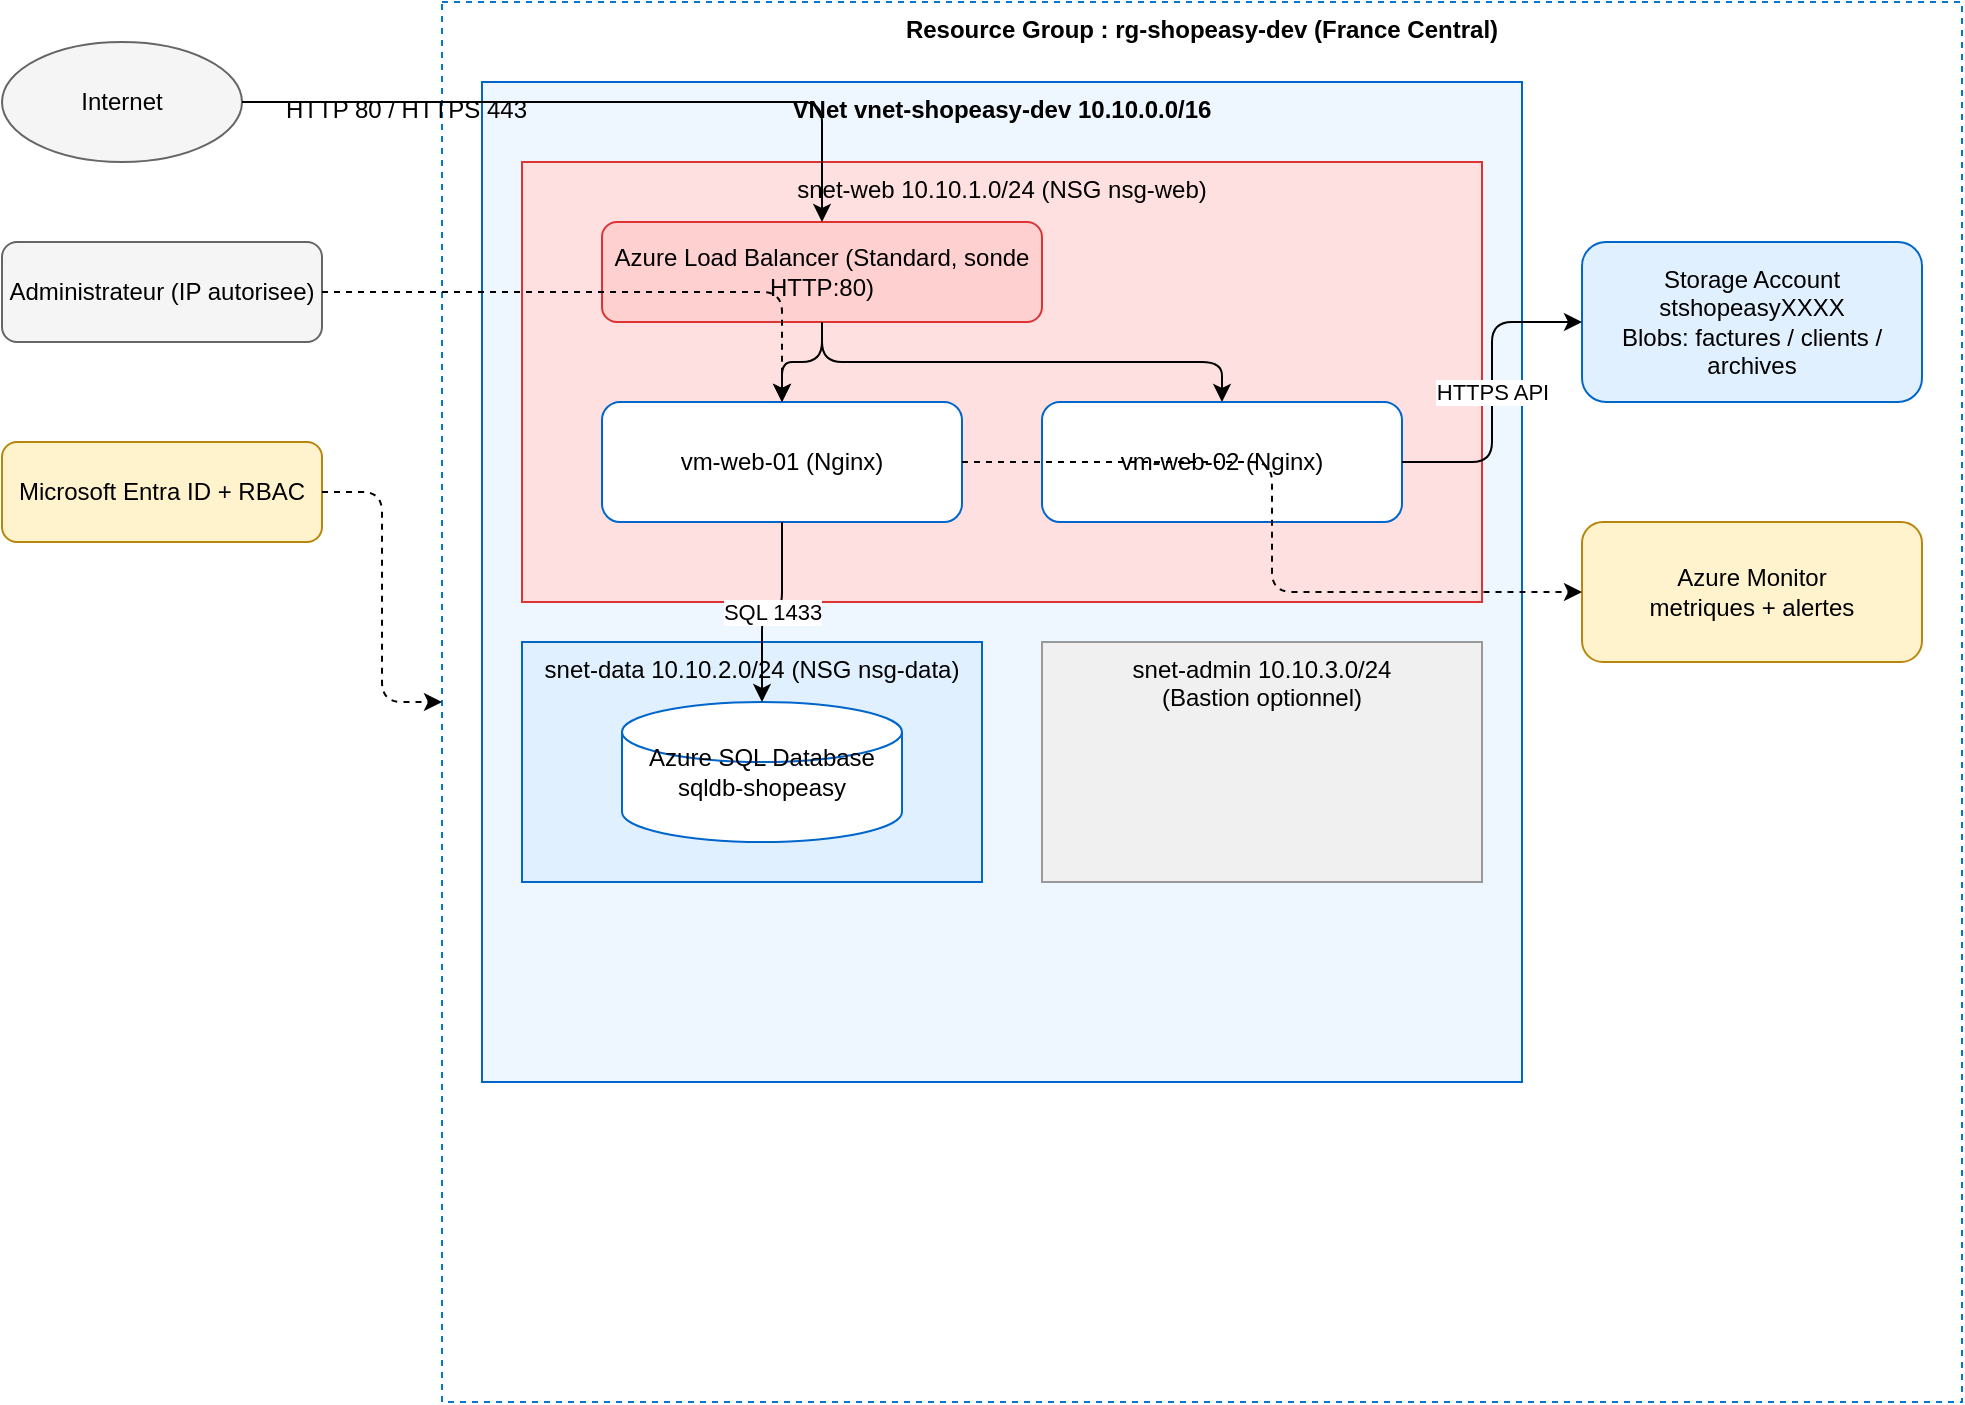
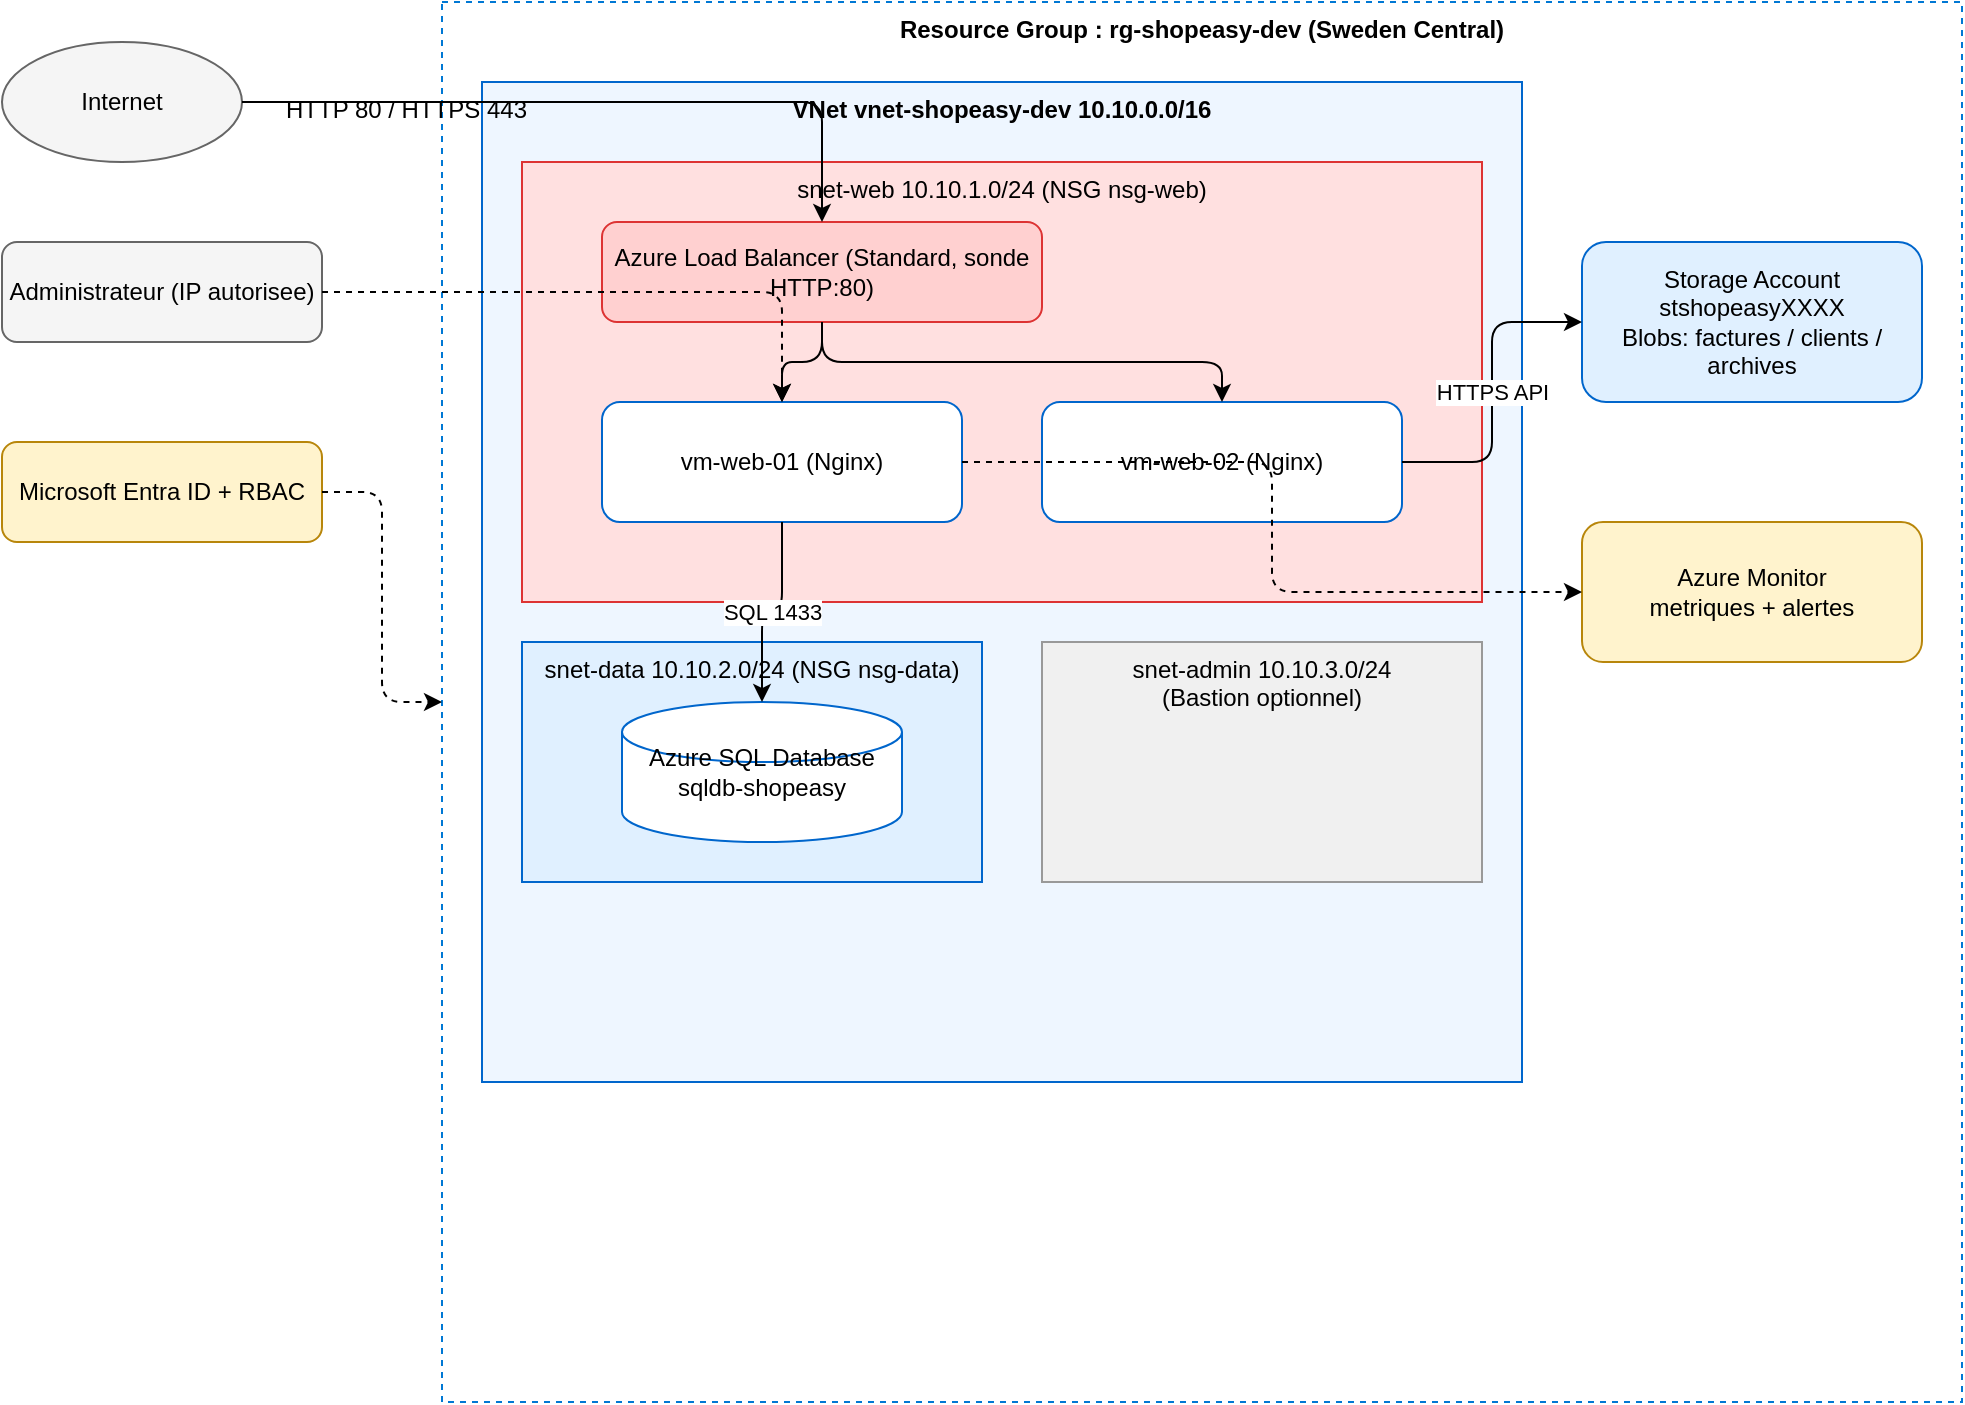
<mxfile host="app.diagrams.net">
  <diagram name="ShopEasy-Azure" id="shopeasy">
    <mxGraphModel dx="1200" dy="800" grid="1" gridSize="10" guides="1" tooltips="1" connect="1" arrows="1" fold="1" page="1" pageScale="1" pageWidth="1100" pageHeight="850" math="0" shadow="0">
      <root>
        <mxCell id="0" />
        <mxCell id="1" parent="0" />

        <mxCell id="internet" value="Internet" style="ellipse;whiteSpace=wrap;html=1;fillColor=#f5f5f5;strokeColor=#666;" vertex="1" parent="1">
          <mxGeometry x="60" y="60" width="120" height="60" as="geometry" />
        </mxCell>
        <mxCell id="admin" value="Administrateur (IP autorisee)" style="rounded=1;whiteSpace=wrap;html=1;fillColor=#f5f5f5;strokeColor=#666;" vertex="1" parent="1">
          <mxGeometry x="60" y="160" width="160" height="50" as="geometry" />
        </mxCell>
        <mxCell id="entra" value="Microsoft Entra ID + RBAC" style="rounded=1;whiteSpace=wrap;html=1;fillColor=#fff3cd;strokeColor=#b8860b;" vertex="1" parent="1">
          <mxGeometry x="60" y="260" width="160" height="50" as="geometry" />
        </mxCell>

-         <mxCell id="rg" value="Resource Group : rg-shopeasy-dev (France Central)" style="rounded=0;whiteSpace=wrap;html=1;verticalAlign=top;fillColor=none;strokeColor=#0078d4;dashed=1;fontStyle=1" vertex="1" parent="1">
+         <mxCell id="rg" value="Resource Group : rg-shopeasy-dev (Sweden Central)" style="rounded=0;whiteSpace=wrap;html=1;verticalAlign=top;fillColor=none;strokeColor=#0078d4;dashed=1;fontStyle=1" vertex="1" parent="1">
          <mxGeometry x="280" y="40" width="760" height="700" as="geometry" />
        </mxCell>

        <mxCell id="vnet" value="VNet vnet-shopeasy-dev  10.10.0.0/16" style="rounded=0;whiteSpace=wrap;html=1;verticalAlign=top;fillColor=#eef6ff;strokeColor=#06c;fontStyle=1" vertex="1" parent="1">
          <mxGeometry x="300" y="80" width="520" height="500" as="geometry" />
        </mxCell>

        <mxCell id="swebb" value="snet-web 10.10.1.0/24  (NSG nsg-web)" style="rounded=0;whiteSpace=wrap;html=1;verticalAlign=top;fillColor=#ffe0e0;strokeColor=#d33;" vertex="1" parent="1">
          <mxGeometry x="320" y="120" width="480" height="220" as="geometry" />
        </mxCell>
        <mxCell id="lb" value="Azure Load Balancer (Standard, sonde HTTP:80)" style="rounded=1;whiteSpace=wrap;html=1;fillColor=#ffd0d0;strokeColor=#d33;" vertex="1" parent="1">
          <mxGeometry x="360" y="150" width="220" height="50" as="geometry" />
        </mxCell>
        <mxCell id="vm1" value="vm-web-01 (Nginx)" style="rounded=1;whiteSpace=wrap;html=1;fillColor=#ffffff;strokeColor=#06c;" vertex="1" parent="1">
          <mxGeometry x="360" y="240" width="180" height="60" as="geometry" />
        </mxCell>
        <mxCell id="vm2" value="vm-web-02 (Nginx)" style="rounded=1;whiteSpace=wrap;html=1;fillColor=#ffffff;strokeColor=#06c;" vertex="1" parent="1">
          <mxGeometry x="580" y="240" width="180" height="60" as="geometry" />
        </mxCell>

        <mxCell id="sdata" value="snet-data 10.10.2.0/24  (NSG nsg-data)" style="rounded=0;whiteSpace=wrap;html=1;verticalAlign=top;fillColor=#e0f0ff;strokeColor=#06c;" vertex="1" parent="1">
          <mxGeometry x="320" y="360" width="230" height="120" as="geometry" />
        </mxCell>
        <mxCell id="sql" value="Azure SQL Database&#10;sqldb-shopeasy" style="shape=cylinder3;whiteSpace=wrap;html=1;fillColor=#ffffff;strokeColor=#06c;" vertex="1" parent="1">
          <mxGeometry x="370" y="390" width="140" height="70" as="geometry" />
        </mxCell>

        <mxCell id="sadmin" value="snet-admin 10.10.3.0/24&#10;(Bastion optionnel)" style="rounded=0;whiteSpace=wrap;html=1;verticalAlign=top;fillColor=#f0f0f0;strokeColor=#999;" vertex="1" parent="1">
          <mxGeometry x="580" y="360" width="220" height="120" as="geometry" />
        </mxCell>

        <mxCell id="stg" value="Storage Account stshopeasyXXXX&#10;Blobs: factures / clients / archives" style="rounded=1;whiteSpace=wrap;html=1;fillColor=#e0f0ff;strokeColor=#06c;" vertex="1" parent="1">
          <mxGeometry x="850" y="160" width="170" height="80" as="geometry" />
        </mxCell>
        <mxCell id="mon" value="Azure Monitor&#10;metriques + alertes" style="rounded=1;whiteSpace=wrap;html=1;fillColor=#fff3cd;strokeColor=#b8860b;" vertex="1" parent="1">
          <mxGeometry x="850" y="300" width="170" height="70" as="geometry" />
        </mxCell>

        <mxCell id="e1" style="edgeStyle=orthogonalEdgeStyle;html=1;" edge="1" parent="1" source="internet" target="lb">
          <mxGeometry relative="1" as="geometry" />
        </mxCell>
        <mxCell id="e1b" value="HTTP 80 / HTTPS 443" style="text;html=1;" vertex="1" parent="1"><mxGeometry x="200" y="80" width="120" height="20" as="geometry"/></mxCell>
        <mxCell id="e2" style="edgeStyle=orthogonalEdgeStyle;html=1;dashed=1;" edge="1" parent="1" source="admin" target="vm1">
          <mxGeometry relative="1" as="geometry" />
        </mxCell>
        <mxCell id="e3" style="edgeStyle=orthogonalEdgeStyle;html=1;" edge="1" parent="1" source="lb" target="vm1"><mxGeometry relative="1" as="geometry"/></mxCell>
        <mxCell id="e4" style="edgeStyle=orthogonalEdgeStyle;html=1;" edge="1" parent="1" source="lb" target="vm2"><mxGeometry relative="1" as="geometry"/></mxCell>
        <mxCell id="e5" value="SQL 1433" style="edgeStyle=orthogonalEdgeStyle;html=1;" edge="1" parent="1" source="vm1" target="sql"><mxGeometry relative="1" as="geometry"/></mxCell>
        <mxCell id="e6" value="HTTPS API" style="edgeStyle=orthogonalEdgeStyle;html=1;" edge="1" parent="1" source="vm2" target="stg"><mxGeometry relative="1" as="geometry"/></mxCell>
        <mxCell id="e7" style="edgeStyle=orthogonalEdgeStyle;html=1;dashed=1;" edge="1" parent="1" source="vm1" target="mon"><mxGeometry relative="1" as="geometry"/></mxCell>
        <mxCell id="e8" style="edgeStyle=orthogonalEdgeStyle;html=1;dashed=1;" edge="1" parent="1" source="entra" target="rg"><mxGeometry relative="1" as="geometry"/></mxCell>
      </root>
    </mxGraphModel>
  </diagram>
</mxfile>
